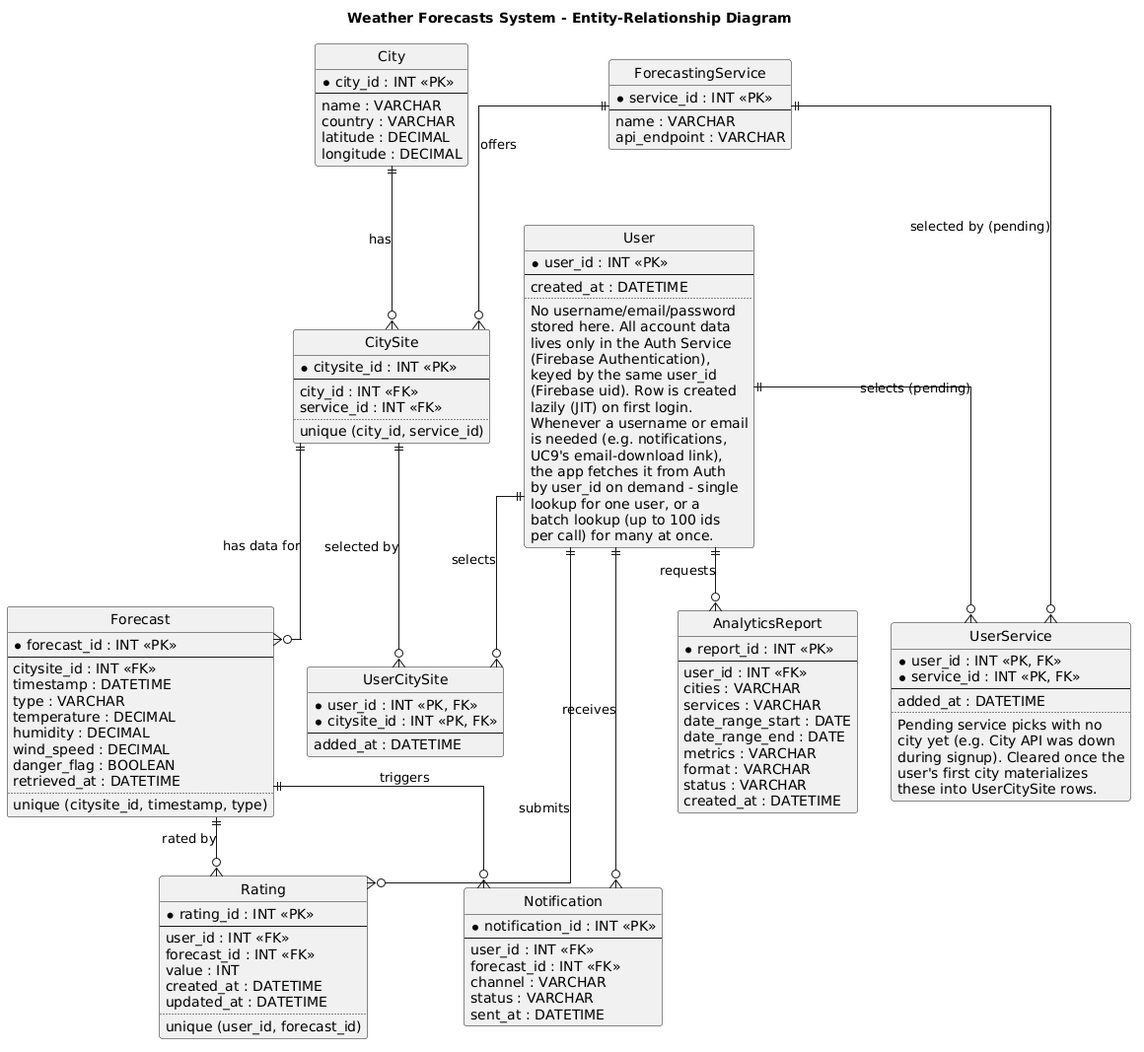
Earlier version of the PlantUML export requirements/ER_Diagram/ERDiagram.png (ManosMorf97/Weather-Forecasts-AI-Remastered).
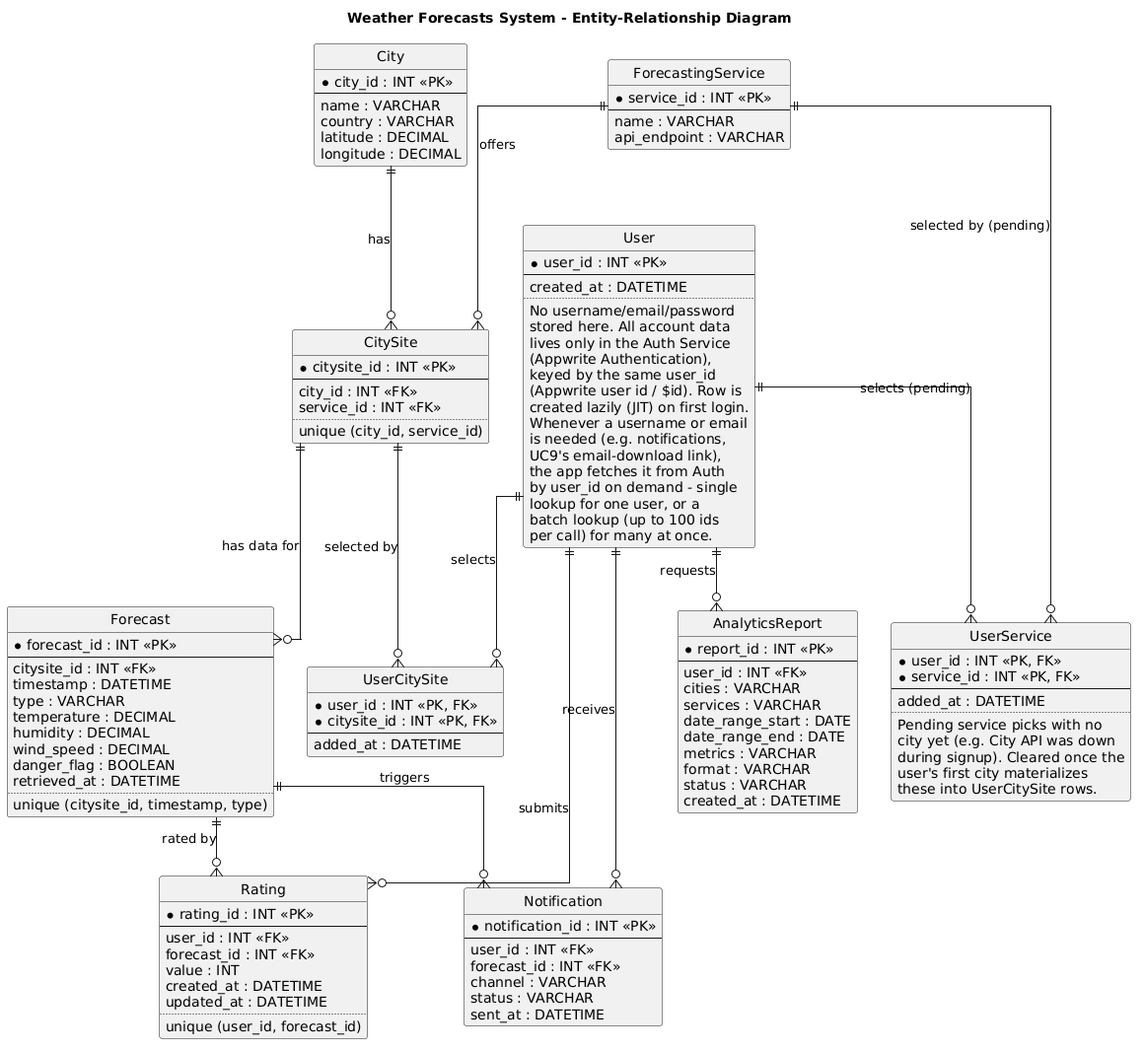
The same diagram one commit later.

The edit, as a diff of the source:
```diff
@@ -12,10 +12,10 @@
   No username/email/password
   stored here. All account data
   lives only in the Auth Service
-  (Firebase Authentication),
+  (Appwrite Authentication),
   keyed by the same user_id
-  (Firebase uid). Row is created
-  lazily (JIT) on first login.
+  (Appwrite user id / $id). Row is
+  created lazily (JIT) on first login.
   Whenever a username or email
   is needed (e.g. notifications,
   UC9's email-download link),
```
